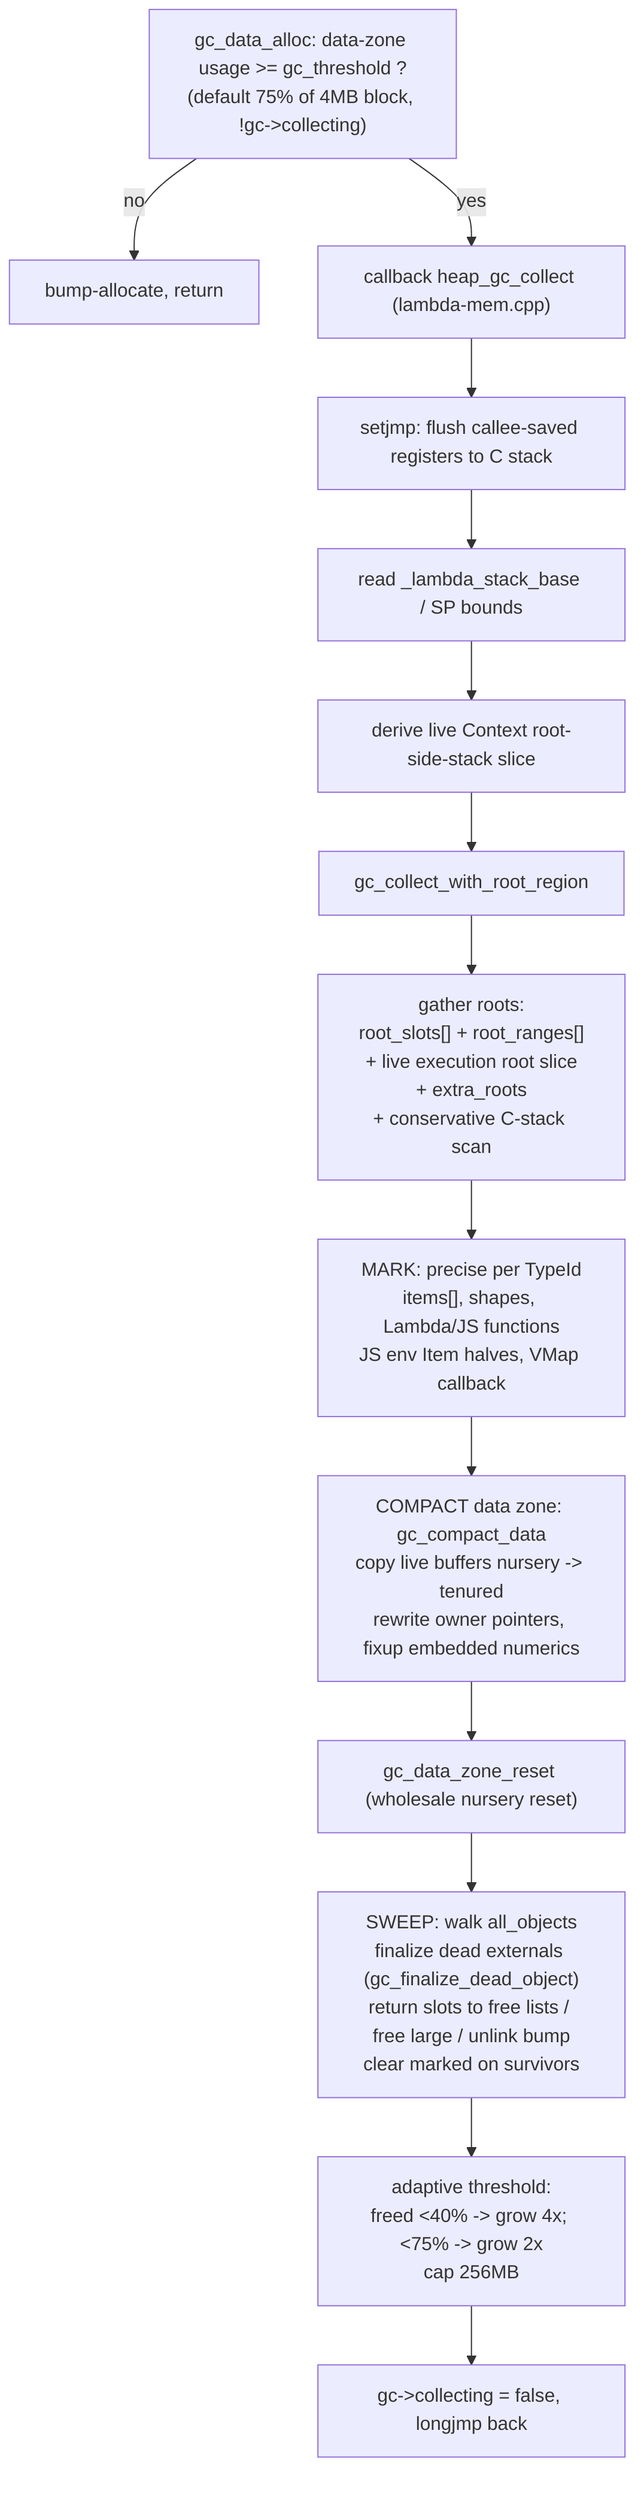
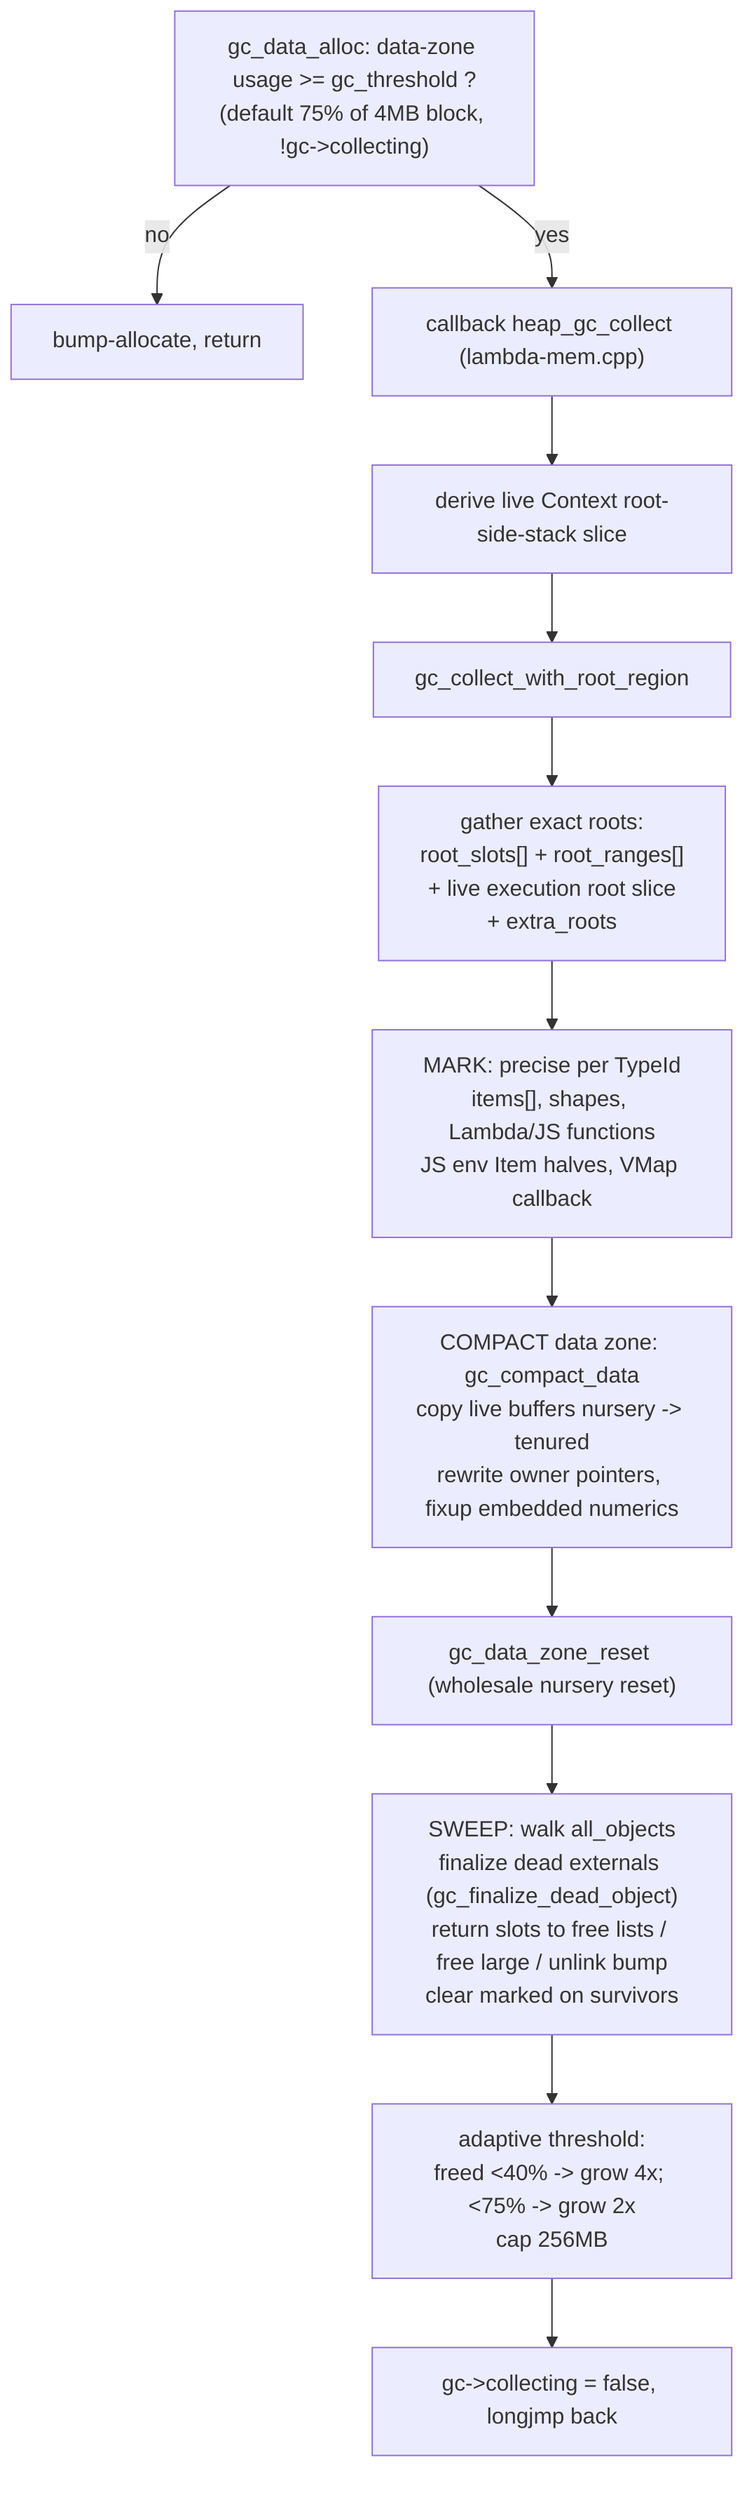
flowchart TB
  TRIG["gc_data_alloc: data-zone usage >= gc_threshold ?\n(default 75% of 4MB block, !gc->collecting)"]
  TRIG -->|"no"| BUMPALLOC["bump-allocate, return"]
  TRIG -->|"yes"| CB["callback heap_gc_collect (lambda-mem.cpp)"]

-   CB --> SJ["setjmp: flush callee-saved registers to C stack"]
-   SJ --> SB["read _lambda_stack_base / SP bounds"]
-   SB --> JF["derive live Context root-side-stack slice"]
+   CB --> JF["derive live Context root-side-stack slice"]
  JF --> GC["gc_collect_with_root_region"]

-   GC --> ROOTS["gather roots:\nroot_slots[] + root_ranges[]\n+ live execution root slice\n+ extra_roots\n+ conservative C-stack scan"]
+   GC --> ROOTS["gather exact roots:\nroot_slots[] + root_ranges[]\n+ live execution root slice\n+ extra_roots"]
  ROOTS --> MARK["MARK: precise per TypeId\nitems[], shapes, Lambda/JS functions\nJS env Item halves, VMap callback"]
  MARK --> COMPACT["COMPACT data zone: gc_compact_data\ncopy live buffers nursery -> tenured\nrewrite owner pointers, fixup embedded numerics"]
  COMPACT --> RESET["gc_data_zone_reset (wholesale nursery reset)"]
  RESET --> SWEEP["SWEEP: walk all_objects\nfinalize dead externals (gc_finalize_dead_object)\nreturn slots to free lists / free large / unlink bump\nclear marked on survivors"]
  SWEEP --> ADAPT["adaptive threshold:\nfreed <40% -> grow 4x; <75% -> grow 2x\ncap 256MB"]
  ADAPT --> DONE["gc->collecting = false, longjmp back"]
